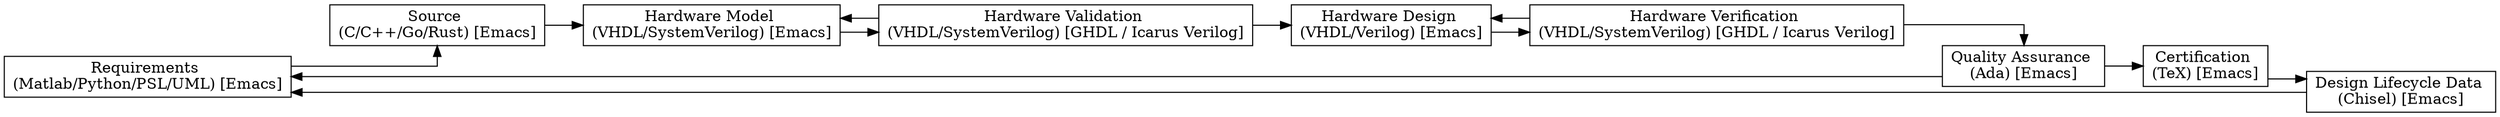
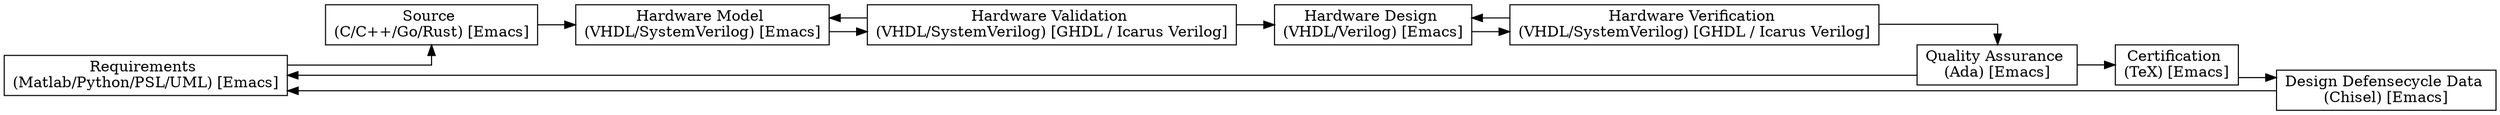
digraph Project {
  // Introduction
  graph [rankdir = LR, splines=ortho];
  node[shape=record];

  // Blocks
  Requirements[label="Requirements \n(Matlab/Python/PSL/UML) [Emacs]"];
  Source[label="Source \n(C/C++/Go/Rust) [Emacs]"];
  Model[label="Hardware Model \n(VHDL/SystemVerilog) [Emacs]"];
  Validation[label="Hardware Validation \n(VHDL/SystemVerilog) [GHDL / Icarus Verilog]"];
  Design[label="Hardware Design \n(VHDL/Verilog) [Emacs]"];
  Verification[label="Hardware Verification \n(VHDL/SystemVerilog) [GHDL / Icarus Verilog]"];
  Quality[label="Quality Assurance \n(Ada) [Emacs]"];
  Certification[label="Certification \n(TeX) [Emacs]"];
-   Lifecycle[label="Design Lifecycle Data \n(Chisel) [Emacs]"];
+   Defensecycle[label="Design Defensecycle Data \n(Chisel) [Emacs]"];

  // Sequence
  Requirements -> Source;
  Source -> Model;
  Model -> Validation;
  Validation -> Design;
  Design -> Verification;
  Verification -> Quality;
  Quality -> Certification;
-   Certification -> Lifecycle;
-   Lifecycle -> Requirements;
+   Certification -> Defensecycle;
+   Defensecycle -> Requirements;

  // Feedback
  Validation -> Model;
  Verification -> Design;
  Quality -> Requirements;
}
